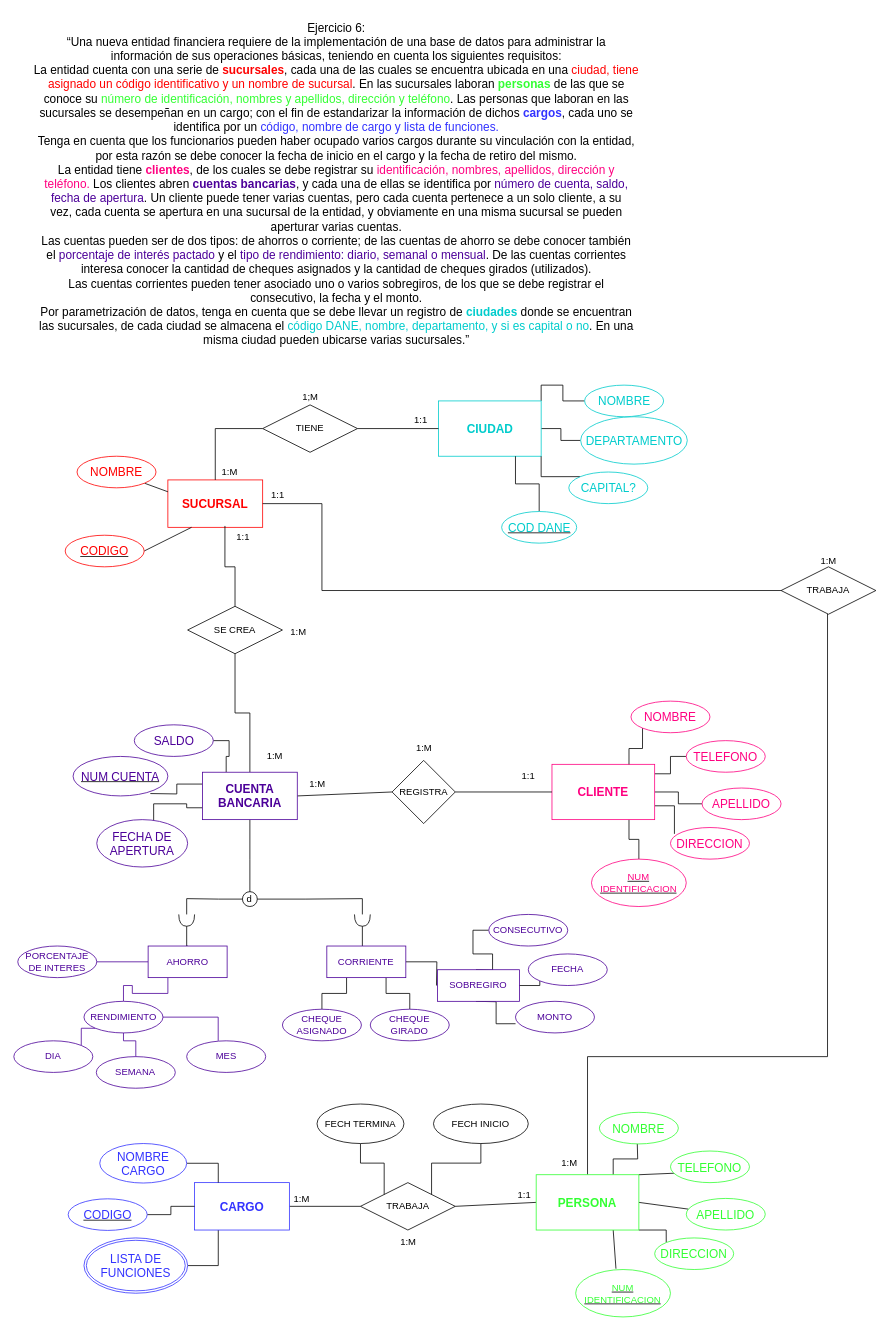
This is page "Página-2" (2 of 5) of Diagrama sin título.drawio from Cris25nkl/DIAGRAMS_BD, a draw.io file, before an edit. Source tidied: cells renumbered, new cells numbered last; positions are measured from the earlier drawing's top-left corner, leaving out a move shared by most shapes. Both pictures are drawn from the tidied source at 79%, with x=0, y=0 at pixel (13, 13).
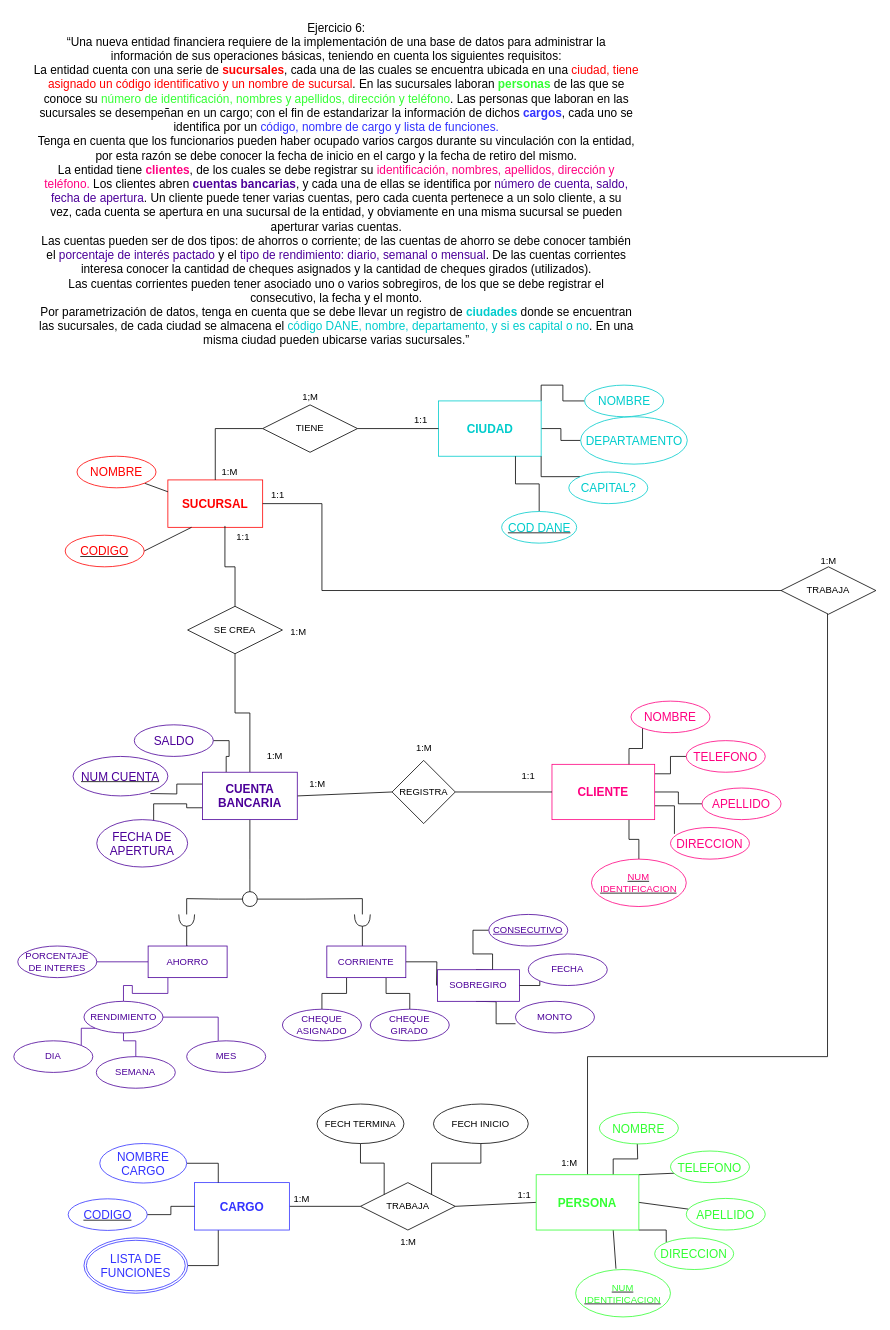
The same page after the edit.

Change to the diagram source:
```diff
@@
-    <mxCell id="84" value="d" style="ellipse;whiteSpace=wrap;html=1;" parent="1" vertex="1">
+    <mxCell id="84" style="ellipse;whiteSpace=wrap;html=1;" parent="1" vertex="1">
       <mxGeometry x="289.4" y="1111.2" width="18.8" height="18.8" as="geometry" />
     </mxCell>
@@
-    <mxCell id="110" value="CONSECUTIVO" style="ellipse;whiteSpace=wrap;html=1;align=center;strokeColor=#4C0099;fontColor=#4C0099;" parent="1" vertex="1">
+    <mxCell id="110" value="&lt;u&gt;CONSECUTIVO&lt;/u&gt;" style="ellipse;whiteSpace=wrap;html=1;align=center;strokeColor=#4C0099;fontColor=#4C0099;" parent="1" vertex="1">
       <mxGeometry x="601.2" y="1140" width="100" height="40" as="geometry" />
     </mxCell>
```
